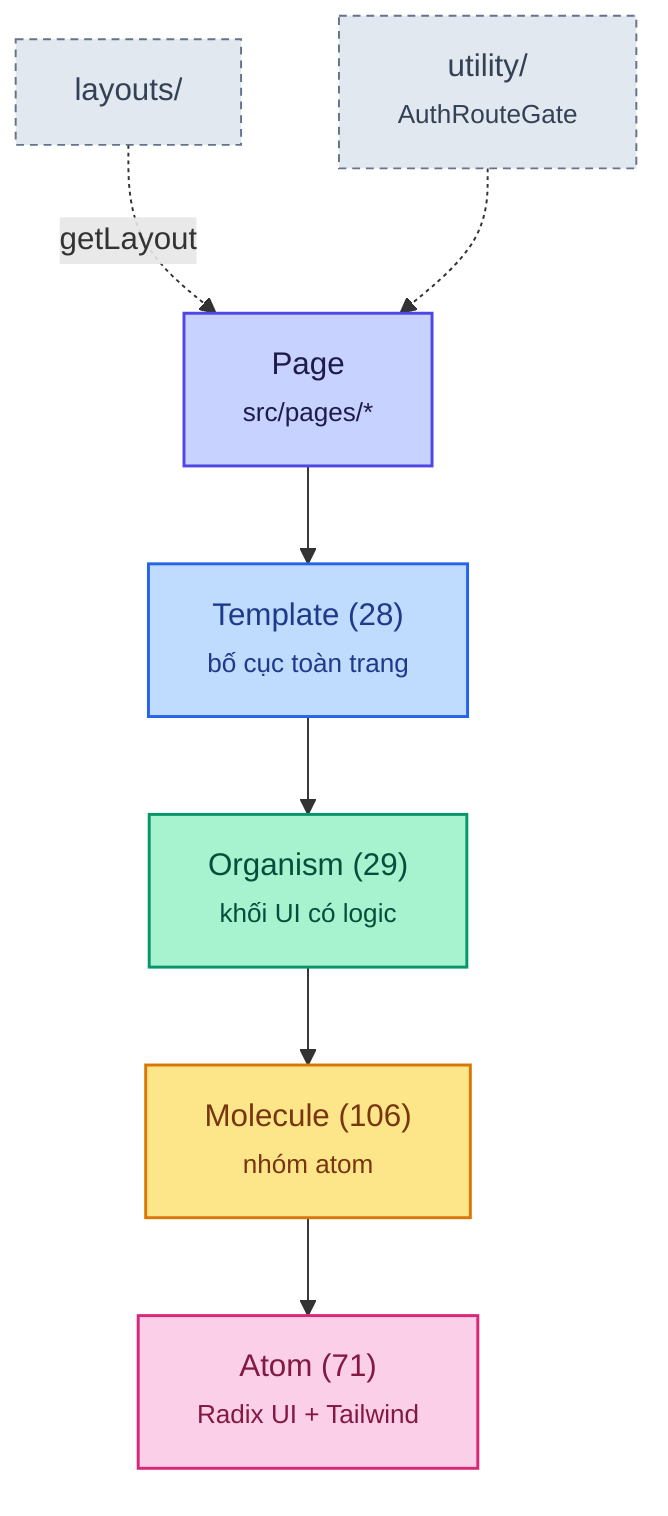
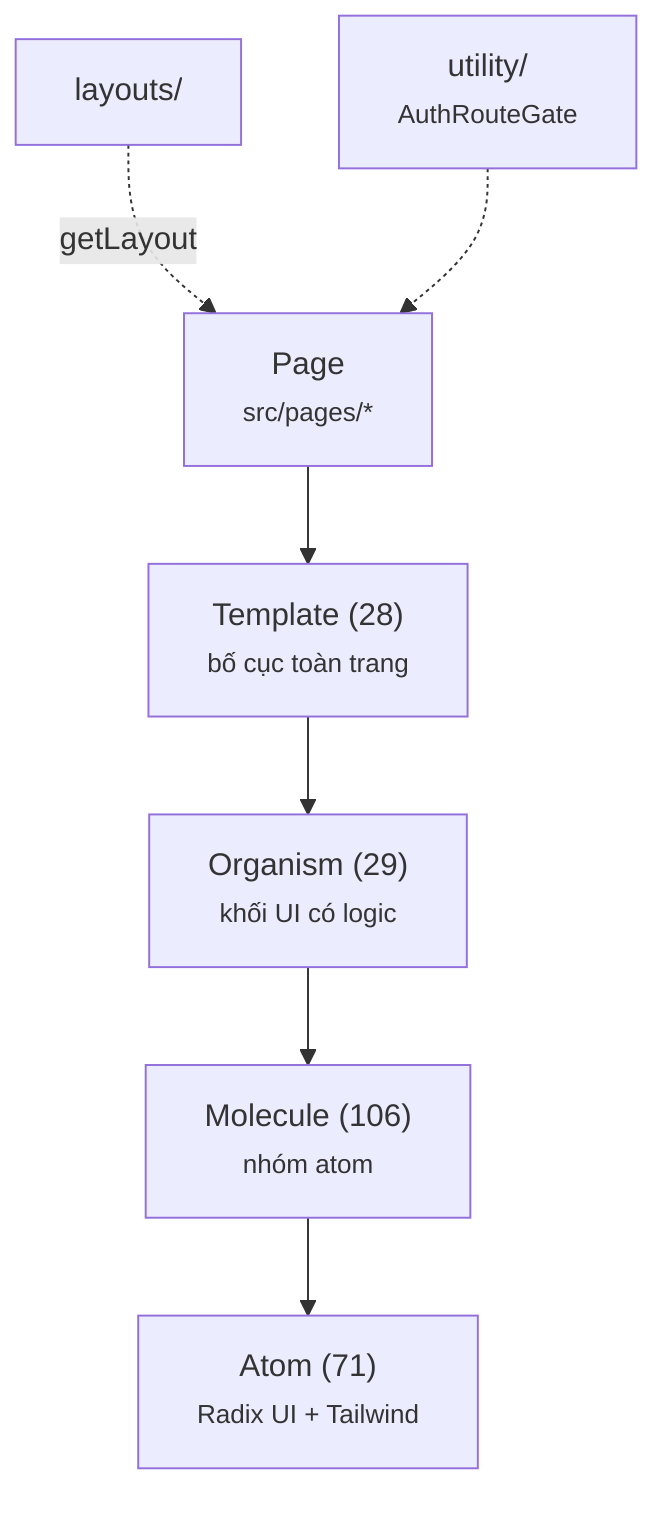
flowchart TD
 Page["Page<br/><small>src/pages/*</small>"] --> Template
 Template["Template (28)<br/><small>bố cục toàn trang</small>"] --> Organism
 Organism["Organism (29)<br/><small>khối UI có logic</small>"] --> Molecule
 Molecule["Molecule (106)<br/><small>nhóm atom</small>"] --> Atom
 Atom["Atom (71)<br/><small>Radix UI + Tailwind</small>"]
 Layout["layouts/"] -. getLayout .-> Page
 Utility["utility/<br/><small>AuthRouteGate</small>"] -.-> Page
- 
-  classDef l1 fill:#c7d2fe,stroke:#4f46e5,color:#1e1b4b,stroke-width:1.5px
-  classDef l2 fill:#bfdbfe,stroke:#2563eb,color:#1e3a8a,stroke-width:1.5px
-  classDef l3 fill:#a7f3d0,stroke:#059669,color:#064e3b,stroke-width:1.5px
-  classDef l4 fill:#fde68a,stroke:#d97706,color:#78350f,stroke-width:1.5px
-  classDef l5 fill:#fbcfe8,stroke:#db2777,color:#831843,stroke-width:1.5px
-  classDef side fill:#e2e8f0,stroke:#64748b,color:#334155,stroke-dasharray:4 3
-  class Page l1
-  class Template l2
-  class Organism l3
-  class Molecule l4
-  class Atom l5
-  class Layout,Utility side
